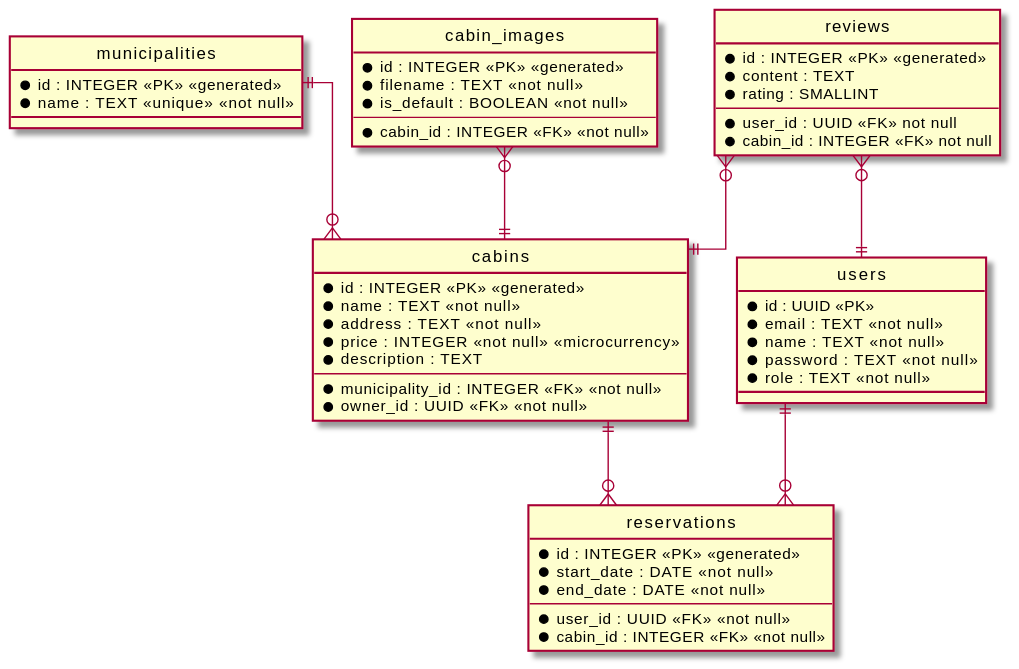
Above: docs/db_diagram.svg in mjjs/tsoha-2021-cabin-browser (PlantUML), before the change.
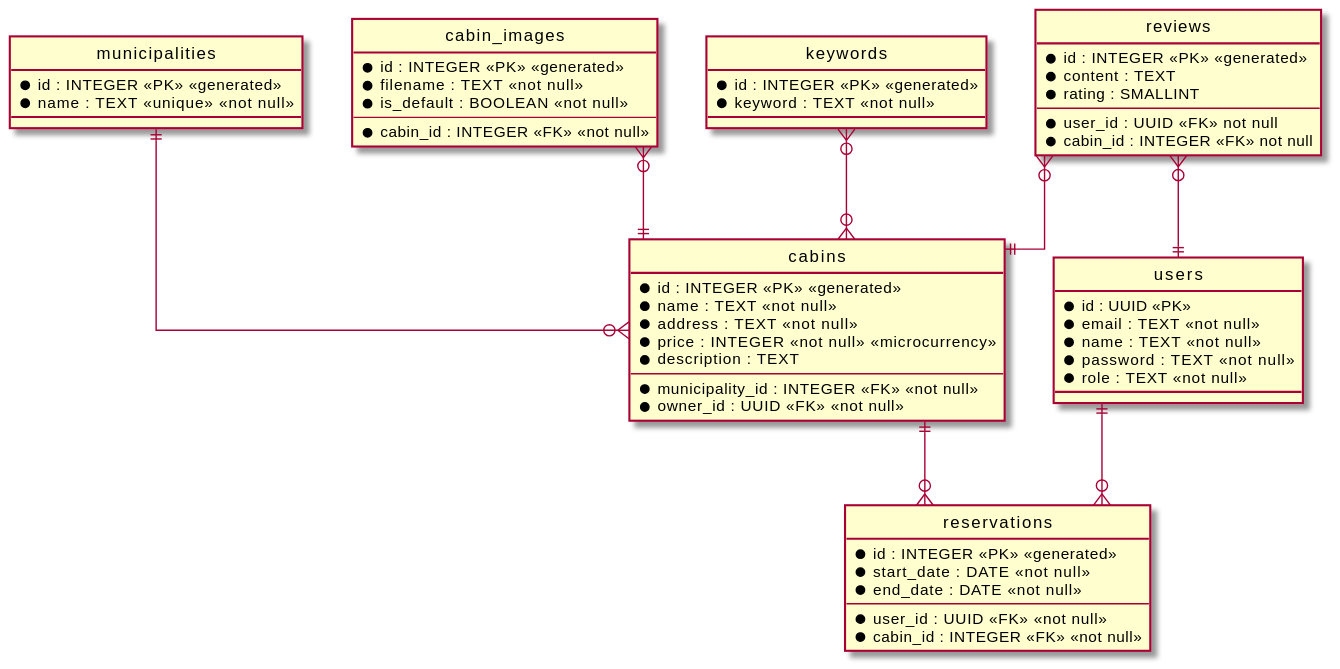
After the change.

What changed in the source:
```diff
@@ -53,11 +53,17 @@
   * cabin_id : INTEGER <<FK>> <<not null>>
 }
 
+entity keywords {
+  * id : INTEGER <<PK>> <<generated>>
+  * keyword : TEXT <<not null>>
+}
+
 cabins ||--o{ reservations
 users ||--o{ reservations
 cabin_images }o--|| cabins
 reviews }o--|| cabins
 reviews }o--|| users
 municipalities ||--o{ cabins
+keywords }o--o{ cabins
 
 @enduml
```
